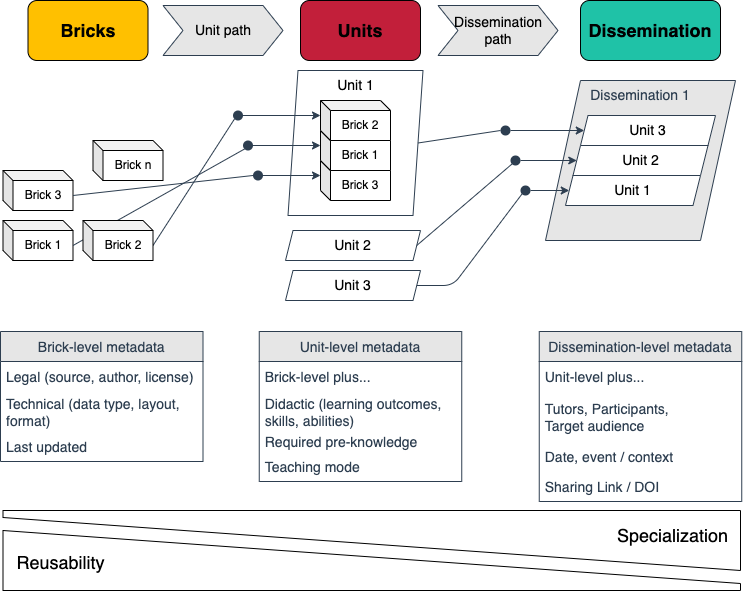
Before: images/teaching_modular.drawio.png, a diagram exported from draw.io (nfdi4plants/teaching-materials-concept). Source tidied: cells renumbered, new cells last; positions are measured from the earlier drawing's top-left corner, leaving out a move shared by most shapes. Its diagram source:
```xml
<mxGraphModel background="#ffffff">
  <root>
    <mxCell id="0" />
    <mxCell id="1" parent="0" />
    <mxCell id="2" value="Dissemination 1" style="shape=parallelogram;perimeter=parallelogramPerimeter;whiteSpace=wrap;html=1;fixedSize=1;fontSize=14;fontColor=#2D3E50;strokeColor=#2D3E50;fillColor=#E6E6E6;size=35;verticalAlign=top;" parent="1" vertex="1">
      <mxGeometry x="545" y="80" width="190" height="160" as="geometry" />
    </mxCell>
    <mxCell id="3" value="Brick 3" style="shape=cube;whiteSpace=wrap;html=1;boundedLbl=1;backgroundOutline=1;darkOpacity=0.05;darkOpacity2=0.1;size=10;" parent="1" vertex="1">
      <mxGeometry x="2.5" y="170" width="70" height="40" as="geometry" />
    </mxCell>
    <mxCell id="4" value="Brick 1" style="shape=cube;whiteSpace=wrap;html=1;boundedLbl=1;backgroundOutline=1;darkOpacity=0.05;darkOpacity2=0.1;size=10;" parent="1" vertex="1">
      <mxGeometry x="2.5" y="220" width="70" height="40" as="geometry" />
    </mxCell>
    <mxCell id="5" style="group;" parent="1" vertex="1">
      <mxGeometry x="320" y="100" width="100" height="120" as="geometry" />
    </mxCell>
    <mxCell id="6" value="Brick 3" style="shape=cube;whiteSpace=wrap;html=1;boundedLbl=1;backgroundOutline=1;darkOpacity=0.05;darkOpacity2=0.1;size=10;" parent="5" vertex="1">
      <mxGeometry y="60" width="70" height="40" as="geometry" />
    </mxCell>
    <mxCell id="7" value="Brick 1" style="shape=cube;whiteSpace=wrap;html=1;boundedLbl=1;backgroundOutline=1;darkOpacity=0.05;darkOpacity2=0.1;size=10;" parent="5" vertex="1">
      <mxGeometry y="30" width="70" height="40" as="geometry" />
    </mxCell>
    <mxCell id="8" value="Brick 2" style="shape=cube;whiteSpace=wrap;html=1;boundedLbl=1;backgroundOutline=1;darkOpacity=0.05;darkOpacity2=0.1;size=10;" parent="5" vertex="1">
      <mxGeometry width="70" height="40" as="geometry" />
    </mxCell>
    <mxCell id="9" value="Unit 1" style="shape=parallelogram;perimeter=parallelogramPerimeter;whiteSpace=wrap;html=1;fixedSize=1;fontSize=14;strokeColor=#2D3E50;fillColor=none;verticalAlign=top;size=10;" parent="5" vertex="1">
      <mxGeometry x="-32.5" y="-30" width="135" height="145" as="geometry" />
    </mxCell>
    <mxCell id="10" value="&lt;font style=&quot;font-size: 18px&quot;&gt;Bricks&lt;/font&gt;" style="rounded=1;whiteSpace=wrap;html=1;fontStyle=1;fillColor=#FFC000;" parent="1" vertex="1">
      <mxGeometry x="27.5" width="120" height="60" as="geometry" />
    </mxCell>
    <mxCell id="11" value="&lt;font style=&quot;font-size: 18px&quot;&gt;Units&lt;/font&gt;" style="rounded=1;whiteSpace=wrap;html=1;fontStyle=1;fillColor=#C21F3A;" parent="1" vertex="1">
      <mxGeometry x="300" width="120" height="60" as="geometry" />
    </mxCell>
    <mxCell id="12" style="edgeStyle=none;html=1;exitX=1;exitY=0.5;exitDx=0;exitDy=0;entryX=0;entryY=0;entryDx=0;entryDy=15;entryPerimeter=0;startArrow=none;strokeColor=#2D3E50;" parent="1" edge="1" source="16" target="8">
      <mxGeometry relative="1" as="geometry" />
    </mxCell>
    <mxCell id="13" style="edgeStyle=none;html=1;exitX=1;exitY=0.5;exitDx=0;exitDy=0;entryX=0;entryY=0;entryDx=0;entryDy=15;entryPerimeter=0;strokeColor=#2D3E50;startArrow=none;" parent="1" edge="1" source="20" target="6">
      <mxGeometry relative="1" as="geometry" />
    </mxCell>
    <mxCell id="14" style="edgeStyle=none;html=1;entryX=0;entryY=0;entryDx=0;entryDy=15;entryPerimeter=0;strokeColor=#2D3E50;startArrow=none;exitX=1;exitY=0.5;exitDx=0;exitDy=0;" parent="1" edge="1" source="18" target="7">
      <mxGeometry relative="1" as="geometry">
        <Array as="points">
          <mxPoint x="262.5" y="145" />
        </Array>
      </mxGeometry>
    </mxCell>
    <mxCell id="15" value="&lt;span style=&quot;font-size: 18px&quot;&gt;Dissemination&lt;/span&gt;" style="rounded=1;whiteSpace=wrap;html=1;fontStyle=1;fillColor=#1FC2A7;" parent="1" vertex="1">
      <mxGeometry x="580" width="140" height="60" as="geometry" />
    </mxCell>
    <mxCell id="16" style="ellipse;whiteSpace=wrap;html=1;fontSize=14;fillColor=#2D3E50;strokeColor=none;" parent="1" vertex="1">
      <mxGeometry x="232.5" y="110" width="10" height="10" as="geometry" />
    </mxCell>
    <mxCell id="17" style="edgeStyle=none;html=1;exitX=0;exitY=0;exitDx=70;exitDy=25;exitPerimeter=0;entryX=0;entryY=1;entryDx=0;entryDy=0;endArrow=none;strokeColor=#2D3E50;" parent="1" edge="1" source="22" target="16">
      <mxGeometry relative="1" as="geometry" />
    </mxCell>
    <mxCell id="18" style="ellipse;whiteSpace=wrap;html=1;fontSize=14;fillColor=#2D3E50;strokeColor=none;" parent="1" vertex="1">
      <mxGeometry x="242.5" y="140" width="10" height="10" as="geometry" />
    </mxCell>
    <mxCell id="19" style="edgeStyle=none;html=1;exitX=0;exitY=0;exitDx=70;exitDy=25;exitPerimeter=0;entryX=0;entryY=1;entryDx=0;entryDy=0;strokeColor=#2D3E50;endArrow=none;" parent="1" edge="1" source="4" target="18">
      <mxGeometry relative="1" as="geometry" />
    </mxCell>
    <mxCell id="20" style="ellipse;whiteSpace=wrap;html=1;fontSize=14;fillColor=#2D3E50;strokeColor=none;" parent="1" vertex="1">
      <mxGeometry x="252.5" y="170" width="10" height="10" as="geometry" />
    </mxCell>
    <mxCell id="21" style="edgeStyle=none;html=1;exitX=0;exitY=0;exitDx=70;exitDy=25;exitPerimeter=0;entryX=0;entryY=0.5;entryDx=0;entryDy=0;strokeColor=#2D3E50;endArrow=none;" parent="1" edge="1" source="3" target="20">
      <mxGeometry relative="1" as="geometry" />
    </mxCell>
    <mxCell id="22" value="Brick 2" style="shape=cube;whiteSpace=wrap;html=1;boundedLbl=1;backgroundOutline=1;darkOpacity=0.05;darkOpacity2=0.1;size=10;" parent="1" vertex="1">
      <mxGeometry x="82.5" y="220" width="70" height="40" as="geometry" />
    </mxCell>
    <mxCell id="23" value="Brick n" style="shape=cube;whiteSpace=wrap;html=1;boundedLbl=1;backgroundOutline=1;darkOpacity=0.05;darkOpacity2=0.1;size=10;" parent="1" vertex="1">
      <mxGeometry x="92.5" y="140" width="70" height="40" as="geometry" />
    </mxCell>
    <mxCell id="24" style="edgeStyle=none;html=1;exitX=1;exitY=0.5;exitDx=0;exitDy=0;entryX=0;entryY=0.5;entryDx=0;entryDy=0;fontSize=14;strokeColor=#2D3E50;startArrow=none;" parent="1" edge="1" source="32" target="27">
      <mxGeometry relative="1" as="geometry" />
    </mxCell>
    <mxCell id="25" value="Unit 2" style="shape=parallelogram;perimeter=parallelogramPerimeter;whiteSpace=wrap;html=1;fixedSize=1;fontSize=14;strokeColor=#2D3E50;fillColor=none;verticalAlign=top;size=7.5;" parent="1" vertex="1">
      <mxGeometry x="285" y="230" width="135" height="30" as="geometry" />
    </mxCell>
    <mxCell id="26" value="Unit 3" style="shape=parallelogram;perimeter=parallelogramPerimeter;whiteSpace=wrap;html=1;fixedSize=1;fontSize=14;strokeColor=#2D3E50;fillColor=default;verticalAlign=top;size=7.5;" parent="1" vertex="1">
      <mxGeometry x="580" y="115" width="135" height="30" as="geometry" />
    </mxCell>
    <mxCell id="27" value="Unit 2" style="shape=parallelogram;perimeter=parallelogramPerimeter;whiteSpace=wrap;html=1;fixedSize=1;fontSize=14;strokeColor=#2D3E50;fillColor=default;verticalAlign=top;size=7.5;" parent="1" vertex="1">
      <mxGeometry x="572.5" y="145" width="135" height="30" as="geometry" />
    </mxCell>
    <mxCell id="28" value="Unit 1" style="shape=parallelogram;perimeter=parallelogramPerimeter;whiteSpace=wrap;html=1;fixedSize=1;fontSize=14;strokeColor=#2D3E50;fillColor=default;verticalAlign=top;size=7.5;" parent="1" vertex="1">
      <mxGeometry x="565" y="175" width="135" height="30" as="geometry" />
    </mxCell>
    <mxCell id="29" style="edgeStyle=none;html=1;entryX=0;entryY=0.5;entryDx=0;entryDy=0;fontSize=14;strokeColor=#2D3E50;exitX=1;exitY=0.5;exitDx=0;exitDy=0;startArrow=none;" parent="1" edge="1" source="34" target="28">
      <mxGeometry relative="1" as="geometry" />
    </mxCell>
    <mxCell id="30" value="Unit 3" style="shape=parallelogram;perimeter=parallelogramPerimeter;whiteSpace=wrap;html=1;fixedSize=1;fontSize=14;strokeColor=#2D3E50;fillColor=none;verticalAlign=top;size=7.5;" parent="1" vertex="1">
      <mxGeometry x="285" y="270" width="135" height="30" as="geometry" />
    </mxCell>
    <mxCell id="31" style="edgeStyle=none;html=1;exitX=1;exitY=0.5;exitDx=0;exitDy=0;entryX=0;entryY=0.5;entryDx=0;entryDy=0;fontSize=14;strokeColor=#2D3E50;startArrow=none;" parent="1" edge="1" source="36" target="26">
      <mxGeometry relative="1" as="geometry" />
    </mxCell>
    <mxCell id="32" style="ellipse;whiteSpace=wrap;html=1;fontSize=14;fillColor=#2D3E50;strokeColor=none;" parent="1" vertex="1">
      <mxGeometry x="510" y="155" width="10" height="10" as="geometry" />
    </mxCell>
    <mxCell id="33" style="edgeStyle=none;html=1;exitX=1;exitY=0.5;exitDx=0;exitDy=0;entryX=0;entryY=1;entryDx=0;entryDy=0;fontSize=14;strokeColor=#2D3E50;endArrow=none;" parent="1" edge="1" source="25" target="32">
      <mxGeometry relative="1" as="geometry" />
    </mxCell>
    <mxCell id="34" style="ellipse;whiteSpace=wrap;html=1;fontSize=14;fillColor=#2D3E50;strokeColor=none;" parent="1" vertex="1">
      <mxGeometry x="520" y="185" width="10" height="10" as="geometry" />
    </mxCell>
    <mxCell id="35" style="edgeStyle=none;html=1;entryX=0;entryY=1;entryDx=0;entryDy=0;fontSize=14;strokeColor=#2D3E50;exitX=1;exitY=0.5;exitDx=0;exitDy=0;endArrow=none;" parent="1" edge="1" source="30" target="34">
      <mxGeometry relative="1" as="geometry">
        <Array as="points">
          <mxPoint x="452.5" y="285" />
        </Array>
      </mxGeometry>
    </mxCell>
    <mxCell id="36" style="ellipse;whiteSpace=wrap;html=1;fontSize=14;fillColor=#2D3E50;strokeColor=none;" parent="1" vertex="1">
      <mxGeometry x="500" y="125" width="10" height="10" as="geometry" />
    </mxCell>
    <mxCell id="37" style="edgeStyle=none;html=1;exitX=1;exitY=0.5;exitDx=0;exitDy=0;entryX=0;entryY=0.5;entryDx=0;entryDy=0;fontSize=14;strokeColor=#2D3E50;endArrow=none;" parent="1" edge="1" source="9" target="36">
      <mxGeometry relative="1" as="geometry" />
    </mxCell>
    <mxCell id="38" value="&lt;span style=&quot;color: rgb(0 , 0 , 0) ; font-family: &amp;#34;helvetica&amp;#34;&quot;&gt;Unit path&lt;/span&gt;" style="shape=step;perimeter=stepPerimeter;whiteSpace=wrap;html=1;fixedSize=1;fontSize=14;fontColor=#FFC000;strokeColor=#2D3E50;fillColor=#E6E6E6;" parent="1" vertex="1">
      <mxGeometry x="162.5" y="5" width="120" height="50" as="geometry" />
    </mxCell>
    <mxCell id="39" value="&lt;span style=&quot;color: rgb(0 , 0 , 0) ; font-family: &amp;#34;helvetica&amp;#34;&quot;&gt;Dissemination path&lt;/span&gt;" style="shape=step;perimeter=stepPerimeter;whiteSpace=wrap;html=1;fixedSize=1;fontSize=14;fontColor=#FFC000;strokeColor=#2D3E50;fillColor=#E6E6E6;" parent="1" vertex="1">
      <mxGeometry x="437.5" y="5" width="120" height="50" as="geometry" />
    </mxCell>
    <mxCell id="40" value="Brick-level metadata" style="swimlane;fontStyle=0;horizontal=1;startSize=30;fontSize=14;fontColor=#2D3E50;strokeColor=#2D3E50;fillColor=#E6E6E6;" parent="1" vertex="1">
      <mxGeometry y="331" width="202.5" height="130" as="geometry" />
    </mxCell>
    <mxCell id="41" value="Legal (source, author, license)" style="text;strokeColor=none;fillColor=none;align=left;verticalAlign=middle;spacingLeft=4;spacingRight=4;overflow=hidden;fontSize=14;fontColor=#2D3E50;" parent="40" vertex="1">
      <mxGeometry y="30" width="202.5" height="30" as="geometry" />
    </mxCell>
    <mxCell id="42" value="Technical (data type, layout, &#10;format)" style="text;strokeColor=none;fillColor=none;align=left;verticalAlign=middle;spacingLeft=4;spacingRight=4;overflow=hidden;fontSize=14;fontColor=#2D3E50;" parent="40" vertex="1">
      <mxGeometry y="60" width="202.5" height="40" as="geometry" />
    </mxCell>
    <mxCell id="43" value="Last updated" style="text;strokeColor=none;fillColor=none;align=left;verticalAlign=middle;spacingLeft=4;spacingRight=4;overflow=hidden;fontSize=14;fontColor=#2D3E50;" parent="40" vertex="1">
      <mxGeometry y="100" width="202.5" height="30" as="geometry" />
    </mxCell>
    <mxCell id="44" value="Unit-level metadata" style="swimlane;fontStyle=0;horizontal=1;startSize=30;fontSize=14;fontColor=#2D3E50;strokeColor=#2D3E50;fillColor=#E6E6E6;" parent="1" vertex="1">
      <mxGeometry x="258.8" y="331" width="202.5" height="150" as="geometry" />
    </mxCell>
    <mxCell id="45" value="Brick-level plus..." style="text;strokeColor=none;fillColor=none;align=left;verticalAlign=middle;spacingLeft=4;spacingRight=4;overflow=hidden;fontSize=14;fontColor=#2D3E50;" parent="44" vertex="1">
      <mxGeometry y="30" width="202.5" height="30" as="geometry" />
    </mxCell>
    <mxCell id="46" value="Didactic (learning outcomes,&#10;skills, abilities)" style="text;strokeColor=none;fillColor=none;align=left;verticalAlign=middle;spacingLeft=4;spacingRight=4;overflow=hidden;fontSize=14;fontColor=#2D3E50;" parent="44" vertex="1">
      <mxGeometry y="60" width="202.5" height="40" as="geometry" />
    </mxCell>
    <mxCell id="47" value="Required pre-knowledge" style="text;strokeColor=none;fillColor=none;align=left;verticalAlign=middle;spacingLeft=4;spacingRight=4;overflow=hidden;fontSize=14;fontColor=#2D3E50;" parent="44" vertex="1">
      <mxGeometry y="100" width="202.5" height="20" as="geometry" />
    </mxCell>
    <mxCell id="48" value="Teaching mode" style="text;strokeColor=none;fillColor=none;align=left;verticalAlign=middle;spacingLeft=4;spacingRight=4;overflow=hidden;fontSize=14;fontColor=#2D3E50;" parent="44" vertex="1">
      <mxGeometry y="120" width="202.5" height="30" as="geometry" />
    </mxCell>
    <mxCell id="49" value="Dissemination-level metadata" style="swimlane;fontStyle=0;horizontal=1;startSize=30;fontSize=14;fontColor=#2D3E50;strokeColor=#2D3E50;fillColor=#E6E6E6;" parent="1" vertex="1">
      <mxGeometry x="538.8" y="331" width="202.5" height="170" as="geometry" />
    </mxCell>
    <mxCell id="50" value="Unit-level plus..." style="text;strokeColor=none;fillColor=none;align=left;verticalAlign=middle;spacingLeft=4;spacingRight=4;overflow=hidden;fontSize=14;fontColor=#2D3E50;" parent="49" vertex="1">
      <mxGeometry y="30" width="202.5" height="30" as="geometry" />
    </mxCell>
    <mxCell id="51" value="Tutors, Participants,&#10;Target audience" style="text;strokeColor=none;fillColor=none;align=left;verticalAlign=middle;spacingLeft=4;spacingRight=4;overflow=hidden;fontSize=14;fontColor=#2D3E50;" parent="49" vertex="1">
      <mxGeometry y="60" width="202.5" height="50" as="geometry" />
    </mxCell>
    <mxCell id="52" value="Date, event / context" style="text;strokeColor=none;fillColor=none;align=left;verticalAlign=middle;spacingLeft=4;spacingRight=4;overflow=hidden;fontSize=14;fontColor=#2D3E50;" parent="49" vertex="1">
      <mxGeometry y="110" width="202.5" height="30" as="geometry" />
    </mxCell>
    <mxCell id="53" value="Sharing Link / DOI " style="text;strokeColor=none;fillColor=none;align=left;verticalAlign=middle;spacingLeft=4;spacingRight=4;overflow=hidden;fontSize=14;fontColor=#2D3E50;" parent="49" vertex="1">
      <mxGeometry y="140" width="202.5" height="30" as="geometry" />
    </mxCell>
    <mxCell id="54" style="group;" parent="1" vertex="1">
      <mxGeometry x="2.5" y="510" width="737.5" height="80" as="geometry" />
    </mxCell>
    <mxCell id="55" style="group;" parent="54" vertex="1">
      <mxGeometry width="737.5" height="60" as="geometry" />
    </mxCell>
    <mxCell id="56" style="shape=manualInput;whiteSpace=wrap;html=1;fontSize=18;rotation=-180;flipV=0;flipH=1;size=53;" parent="55" vertex="1">
      <mxGeometry width="737.5" height="60" as="geometry" />
    </mxCell>
    <mxCell id="57" value="Specialization" style="text;html=1;align=center;verticalAlign=middle;strokeColor=none;fillColor=none;fontSize=18;" parent="55" vertex="1">
      <mxGeometry x="604.3" y="5" width="130" height="40" as="geometry" />
    </mxCell>
    <mxCell id="58" style="group;" parent="54" vertex="1">
      <mxGeometry y="20" width="737.5" height="60" as="geometry" />
    </mxCell>
    <mxCell id="59" style="shape=manualInput;whiteSpace=wrap;html=1;fontSize=18;rotation=0;flipV=0;flipH=1;size=53;" parent="58" vertex="1">
      <mxGeometry width="737.5" height="60" as="geometry" />
    </mxCell>
    <mxCell id="60" value="Reusability" style="text;html=1;align=center;verticalAlign=middle;strokeColor=none;fillColor=none;fontSize=18;" parent="58" vertex="1">
      <mxGeometry x="7.7" y="17" width="100" height="30" as="geometry" />
    </mxCell>
  </root>
</mxGraphModel>
```
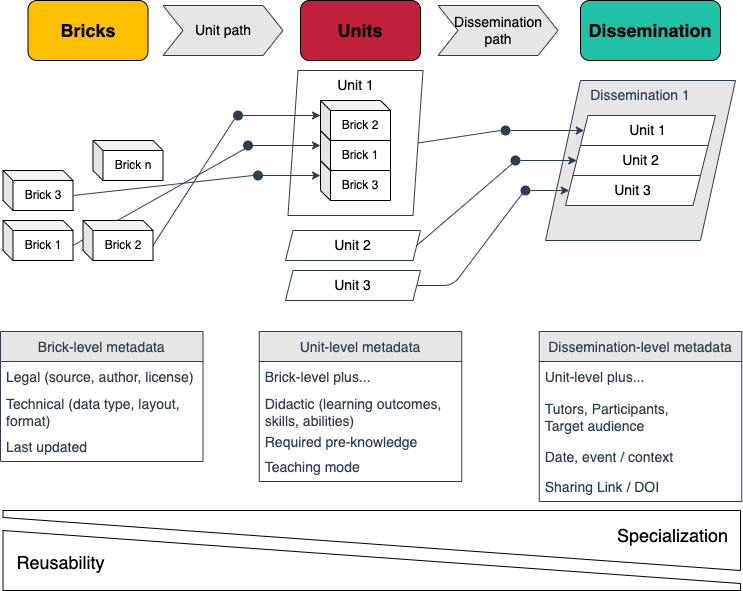
After the commit.

What changed in the source:
```diff
@@ -78,13 +78,13 @@
     <mxCell id="25" value="Unit 2" style="shape=parallelogram;perimeter=parallelogramPerimeter;whiteSpace=wrap;html=1;fixedSize=1;fontSize=14;strokeColor=#2D3E50;fillColor=none;verticalAlign=top;size=7.5;" parent="1" vertex="1">
       <mxGeometry x="285" y="230" width="135" height="30" as="geometry" />
     </mxCell>
-    <mxCell id="26" value="Unit 3" style="shape=parallelogram;perimeter=parallelogramPerimeter;whiteSpace=wrap;html=1;fixedSize=1;fontSize=14;strokeColor=#2D3E50;fillColor=default;verticalAlign=top;size=7.5;" parent="1" vertex="1">
+    <mxCell id="26" value="Unit 1" style="shape=parallelogram;perimeter=parallelogramPerimeter;whiteSpace=wrap;html=1;fixedSize=1;fontSize=14;strokeColor=#2D3E50;fillColor=default;verticalAlign=top;size=7.5;" parent="1" vertex="1">
       <mxGeometry x="580" y="115" width="135" height="30" as="geometry" />
     </mxCell>
     <mxCell id="27" value="Unit 2" style="shape=parallelogram;perimeter=parallelogramPerimeter;whiteSpace=wrap;html=1;fixedSize=1;fontSize=14;strokeColor=#2D3E50;fillColor=default;verticalAlign=top;size=7.5;" parent="1" vertex="1">
       <mxGeometry x="572.5" y="145" width="135" height="30" as="geometry" />
     </mxCell>
-    <mxCell id="28" value="Unit 1" style="shape=parallelogram;perimeter=parallelogramPerimeter;whiteSpace=wrap;html=1;fixedSize=1;fontSize=14;strokeColor=#2D3E50;fillColor=default;verticalAlign=top;size=7.5;" parent="1" vertex="1">
+    <mxCell id="28" value="Unit 3" style="shape=parallelogram;perimeter=parallelogramPerimeter;whiteSpace=wrap;html=1;fixedSize=1;fontSize=14;strokeColor=#2D3E50;fillColor=default;verticalAlign=top;size=7.5;" parent="1" vertex="1">
       <mxGeometry x="565" y="175" width="135" height="30" as="geometry" />
     </mxCell>
     <mxCell id="29" style="edgeStyle=none;html=1;entryX=0;entryY=0.5;entryDx=0;entryDy=0;fontSize=14;strokeColor=#2D3E50;exitX=1;exitY=0.5;exitDx=0;exitDy=0;startArrow=none;" parent="1" edge="1" source="34" target="28">
```
